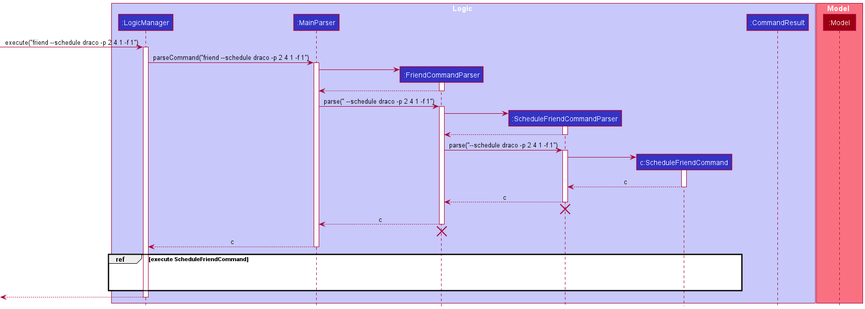
Above: docs/images/ScheduleSequenceDiagram1.png in nus-cs2103-AY2122S1/tp (PlantUML), before the change. Its diagram source:
```plantuml
@startuml
!include style.puml

box Logic LOGIC_COLOR_T1
participant ":LogicManager" as LogicManager LOGIC_COLOR
participant ":MainParser" as MainParser LOGIC_COLOR
participant ":FriendCommandParser" as FriendCommandParser LOGIC_COLOR
participant ":ScheduleFriendCommandParser" as ScheduleFriendCommandParser LOGIC_COLOR
participant "c:ScheduleFriendCommand" as ScheduleFriendCommand LOGIC_COLOR
participant ":CommandResult" as CommandResult LOGIC_COLOR
end box

box Model MODEL_COLOR_T1
participant ":Model" as Model MODEL_COLOR
end box

[-> LogicManager : execute("friend --schedule draco -p 2 4 1 -f 1")
activate LogicManager

LogicManager -> MainParser : parseCommand("friend --schedule draco -p 2 4 1 -f 1")
activate MainParser

create FriendCommandParser
MainParser -> FriendCommandParser
activate FriendCommandParser

FriendCommandParser --> MainParser
deactivate FriendCommandParser

MainParser -> FriendCommandParser : parse(" --schedule draco -p 2 4 1 -f 1")
activate FriendCommandParser

create ScheduleFriendCommandParser
FriendCommandParser -> ScheduleFriendCommandParser
activate ScheduleFriendCommandParser

ScheduleFriendCommandParser --> FriendCommandParser
deactivate ScheduleFriendCommandParser

FriendCommandParser -> ScheduleFriendCommandParser : parse("--schedule draco -p 2 4 1 -f 1")
activate ScheduleFriendCommandParser

create ScheduleFriendCommand
ScheduleFriendCommandParser -> ScheduleFriendCommand
activate ScheduleFriendCommand

ScheduleFriendCommand --> ScheduleFriendCommandParser : c
deactivate ScheduleFriendCommand

ScheduleFriendCommandParser --> FriendCommandParser : c
deactivate ScheduleFriendCommandParser
ScheduleFriendCommandParser -[hidden]-> FriendCommandParser
destroy ScheduleFriendCommandParser

FriendCommandParser --> MainParser : c
deactivate FriendCommandParser
FriendCommandParser -[hidden]-> MainParser
destroy FriendCommandParser

MainParser --> LogicManager : c
deactivate MainParser

group ref [execute ScheduleFriendCommand]
LogicManager -[hidden]-> LogicManager
ScheduleFriendCommand -[hidden]-> ScheduleFriendCommand
end

[<--LogicManager
deactivate LogicManager

@enduml
```
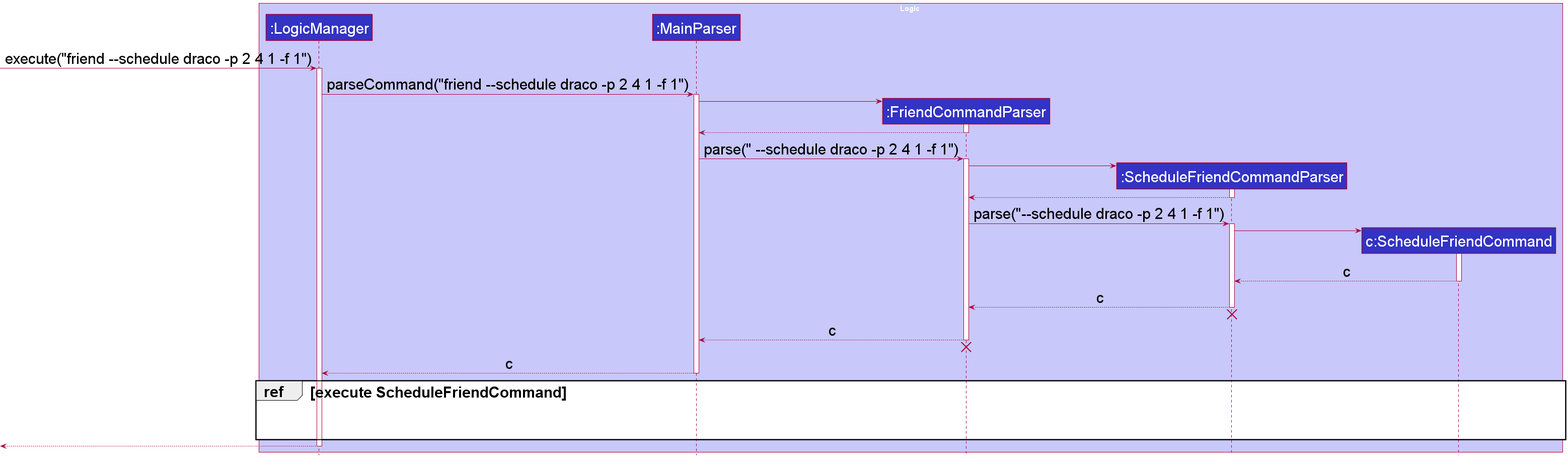
Above is the later version.

Diff of the diagram source:
```diff
@@ -1,5 +1,6 @@
 @startuml
 !include style.puml
+skinparam defaultFontSize 30
 
 box Logic LOGIC_COLOR_T1
 participant ":LogicManager" as LogicManager LOGIC_COLOR
@@ -7,11 +8,6 @@
 participant ":FriendCommandParser" as FriendCommandParser LOGIC_COLOR
 participant ":ScheduleFriendCommandParser" as ScheduleFriendCommandParser LOGIC_COLOR
 participant "c:ScheduleFriendCommand" as ScheduleFriendCommand LOGIC_COLOR
-participant ":CommandResult" as CommandResult LOGIC_COLOR
-end box
-
-box Model MODEL_COLOR_T1
-participant ":Model" as Model MODEL_COLOR
 end box
 
 [-> LogicManager : execute("friend --schedule draco -p 2 4 1 -f 1")
```
